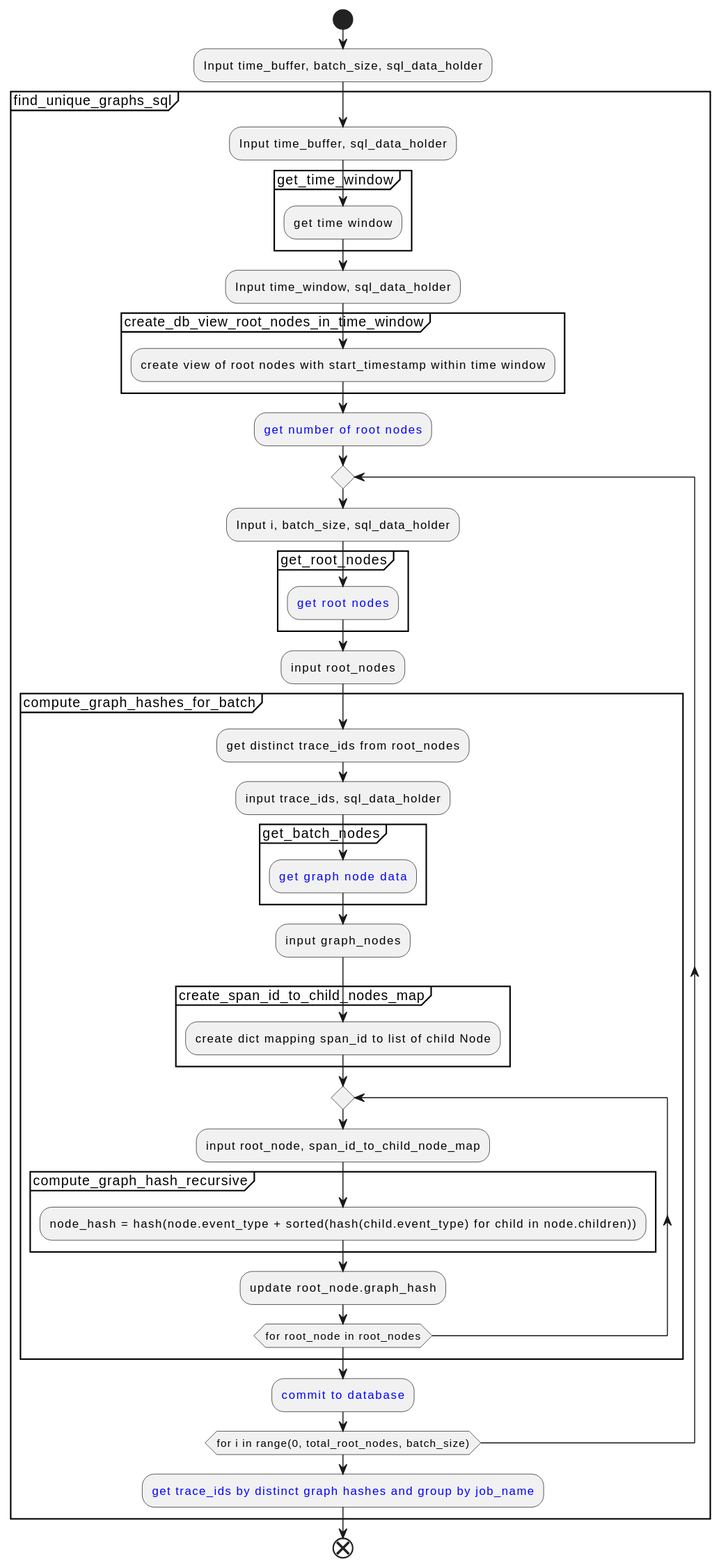
xtuml/otel2puml keeps this PlantUML diagram as docs/development/design/3-DN-Retrieving_unique_graphs_from_Otel_data/Algorithm_Overview.svg. Above is the earlier version. The source it was exported from:
```plantuml
@startuml
    start
    :Input time_buffer, batch_size, sql_data_holder;
    partition "find_unique_graphs_sql" {
    :Input time_buffer, sql_data_holder;
    partition "get_time_window" {
        :get time window;
    }
    :Input time_window, sql_data_holder;
    partition "create_db_view_root_nodes_in_time_window" {
        :create view of root nodes with start_timestamp within time window;
    }
        :<color:Blue>get number of root nodes;
        repeat
        :Input i, batch_size, sql_data_holder;
        partition "get_root_nodes" {
        :<color:Blue>get root nodes;
        }
        :input root_nodes;
            partition "compute_graph_hashes_for_batch" {
                :get distinct trace_ids from root_nodes;
                :input trace_ids, sql_data_holder;
                partition "get_batch_nodes" {
                    :<color:Blue>get graph node data;
                }
                :input graph_nodes;
                partition "create_span_id_to_child_nodes_map" {
                    :create dict mapping span_id to list of child Node;
                }
            repeat
            :input root_node, span_id_to_child_node_map;
            partition "compute_graph_hash_recursive" {
                :node_hash = hash(node.event_type + sorted(hash(child.event_type) for child in node.children));
            }
            :update root_node.graph_hash;
            repeat while(for root_node in root_nodes)
            }
            :<color:Blue>commit to database;
        repeat while (for i in range(0, total_root_nodes, batch_size))
        :<color:Blue>get trace_ids by distinct graph hashes and group by job_name;
    }
    end
@enduml
```
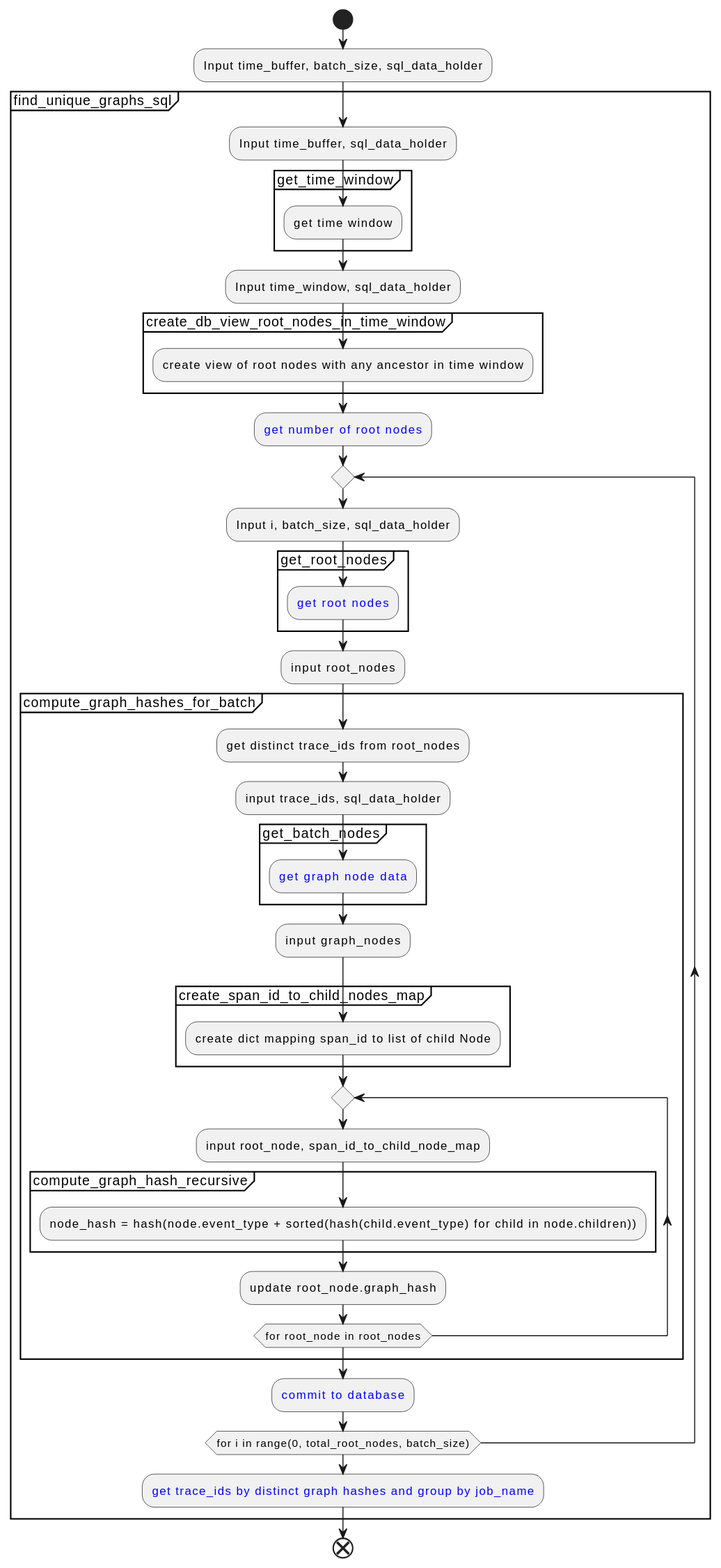
The same diagram one commit later.

The edit, as a diff of the source:
```diff
@@ -8,7 +8,7 @@
     }
     :Input time_window, sql_data_holder;
     partition "create_db_view_root_nodes_in_time_window" {
-        :create view of root nodes with start_timestamp within time window;
+        :create view of root nodes with any ancestor in time window;
     }
         :<color:Blue>get number of root nodes;
         repeat
```
